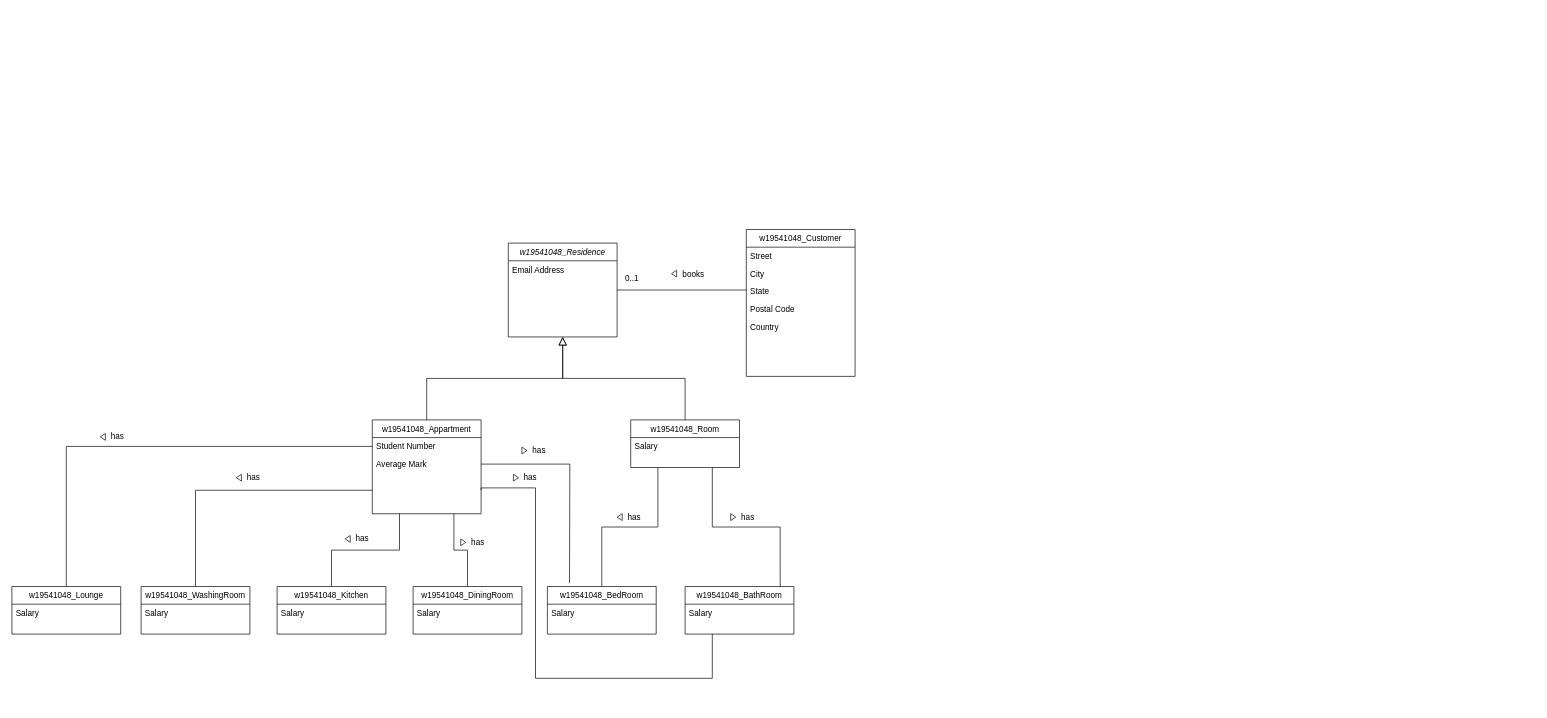
Earlier version of the draw.io diagram dbms_cw.drawio (Rumeasiyan/database-systems-IIT-Sri-Lanka). Source tidied: cells renumbered, new cells numbered last; positions are measured from the earlier drawing's top-left corner, leaving out a move shared by most shapes. Both pictures are drawn from the tidied source at 68%, with x=0, y=0 at pixel (12, 229).
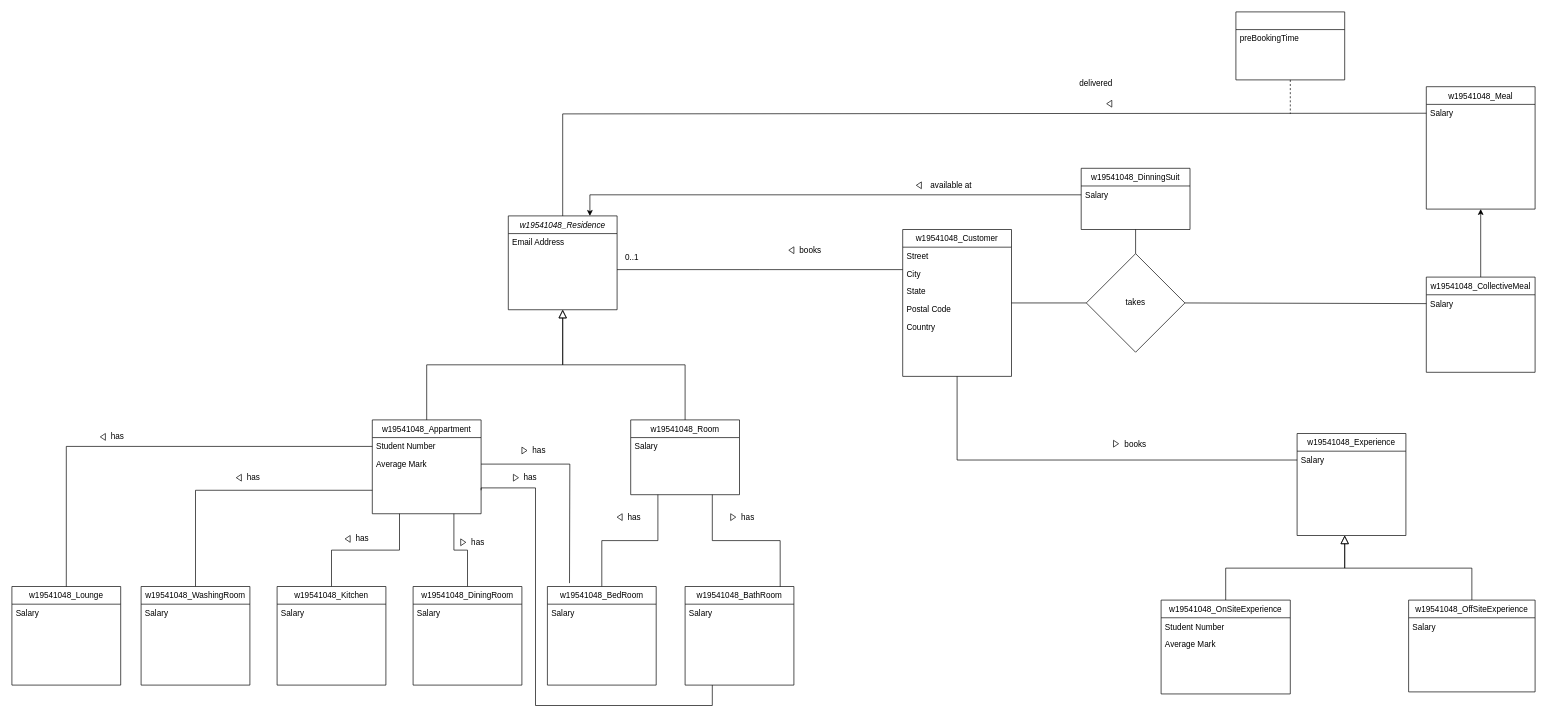
The same diagram, later.

The change refers to these unchanged cells:
```xml
<mxCell id="5" value="w19541048_Appartment" style="swimlane;fontStyle=0;align=center;verticalAlign=top;horizontal=1;startSize=26;rounded=0;shadow=0;strokeWidth=1;" parent="1" vertex="1">
  <mxGeometry x="530" y="280" width="160" height="138" as="geometry" />
</mxCell>
<mxCell id="21" style="endArrow=none;shadow=0;strokeWidth=1;rounded=0;endFill=0;edgeStyle=elbowEdgeStyle;elbow=vertical;" parent="1" edge="1" source="24" target="15">
  <mxGeometry x="0.5" y="41" relative="1" as="geometry">
    <mxPoint x="-40" y="32" as="offset" />
  </mxGeometry>
</mxCell>
```

Diff of the diagram source:
```diff
@@
     <mxCell id="12" value="w19541048_Room" style="swimlane;fontStyle=0;align=center;verticalAlign=top;horizontal=1;startSize=26;rounded=0;shadow=0;strokeWidth=1;" parent="1" vertex="1">
-      <mxGeometry x="910" y="280" width="160" height="70" as="geometry" />
+      <mxGeometry x="910" y="280" width="160" height="110" as="geometry" />
     </mxCell>
@@
+    <mxCell id="57" style="edgeStyle=orthogonalEdgeStyle;rounded=0;jettySize=auto;html=1;endArrow=none;endFill=0;jumpStyle=arc;" parent="1" edge="1" source="15" target="70">
+      <mxGeometry relative="1" as="geometry" />
+    </mxCell>
+    <mxCell id="58" style="edgeStyle=orthogonalEdgeStyle;rounded=0;jettySize=auto;html=1;exitX=0.5;exitY=1;exitDx=0;exitDy=0;entryX=0;entryY=0.5;entryDx=0;entryDy=0;jumpStyle=arc;endArrow=none;endFill=0;" parent="1" edge="1" source="15" target="80">
+      <mxGeometry relative="1" as="geometry" />
+    </mxCell>
     <mxCell id="15" value="w19541048_Customer" style="swimlane;fontStyle=0;align=center;verticalAlign=top;horizontal=1;startSize=26;rounded=0;shadow=0;strokeWidth=1;" parent="1" vertex="1">
-      <mxGeometry x="1080" width="160" height="216" as="geometry" />
+      <mxGeometry x="1310" width="160" height="216" as="geometry" />
     </mxCell>
@@
     <mxCell id="23" value="books" style="text;html=1;align=center;verticalAlign=middle;labelBackgroundColor=none;rounded=0;shadow=0;strokeWidth=1;fontSize=12;" parent="21" vertex="1">
       <mxGeometry x="0.5" y="49" relative="1" as="geometry">
-        <mxPoint x="-32" y="25" as="offset" />
+        <mxPoint x="-32" y="20" as="offset" />
       </mxGeometry>
     </mxCell>
+    <mxCell id="59" value="delivered" style="text;html=1;align=center;verticalAlign=middle;labelBackgroundColor=none;rounded=0;shadow=0;strokeWidth=1;fontSize=12;" parent="21" vertex="1">
+      <mxGeometry x="0.5" y="49" relative="1" as="geometry">
+        <mxPoint x="388" y="-225" as="offset" />
+      </mxGeometry>
+    </mxCell>
+    <mxCell id="60" value="books" style="text;html=1;align=center;verticalAlign=middle;labelBackgroundColor=none;rounded=0;shadow=0;strokeWidth=1;fontSize=12;" parent="21" vertex="1">
+      <mxGeometry x="0.5" y="49" relative="1" as="geometry">
+        <mxPoint x="446" y="305" as="offset" />
+      </mxGeometry>
+    </mxCell>
     <mxCell id="24" value="w19541048_Residence" style="swimlane;fontStyle=2;align=center;verticalAlign=top;horizontal=1;startSize=26;rounded=0;shadow=0;strokeWidth=1;" parent="1" vertex="1">
-      <mxGeometry x="730" y="20" width="160" height="138" as="geometry" />
+      <mxGeometry x="730" y="-20" width="160" height="138" as="geometry" />
     </mxCell>
@@
     <mxCell id="26" style="triangle;whiteSpace=wrap;html=1;rotation=-180;" parent="1" vertex="1">
-      <mxGeometry x="970" y="60" width="7.5" height="10" as="geometry" />
+      <mxGeometry x="1142.5" y="25.5" width="7.5" height="10" as="geometry" />
     </mxCell>
     <mxCell id="27" value="w19541048_BedRoom" style="swimlane;fontStyle=0;align=center;verticalAlign=top;horizontal=1;startSize=26;rounded=0;shadow=0;strokeWidth=1;" parent="1" vertex="1">
-      <mxGeometry x="787.5" y="525" width="160" height="70" as="geometry" />
+      <mxGeometry x="787.5" y="525" width="160" height="145" as="geometry" />
     </mxCell>
@@
     <mxCell id="29" value="w19541048_Kitchen" style="swimlane;fontStyle=0;align=center;verticalAlign=top;horizontal=1;startSize=26;rounded=0;shadow=0;strokeWidth=1;" parent="1" vertex="1">
-      <mxGeometry x="390" y="525" width="160" height="70" as="geometry" />
+      <mxGeometry x="390" y="525" width="160" height="145" as="geometry" />
     </mxCell>
@@
     <mxCell id="31" value="w19541048_BathRoom" style="swimlane;fontStyle=0;align=center;verticalAlign=top;horizontal=1;startSize=26;rounded=0;shadow=0;strokeWidth=1;" parent="1" vertex="1">
-      <mxGeometry x="990" y="525" width="160" height="70" as="geometry" />
+      <mxGeometry x="990" y="525" width="160" height="145" as="geometry" />
     </mxCell>
@@
     <mxCell id="33" value="w19541048_WashingRoom" style="swimlane;fontStyle=0;align=center;verticalAlign=top;horizontal=1;startSize=26;rounded=0;shadow=0;strokeWidth=1;" parent="1" vertex="1">
-      <mxGeometry x="190" y="525" width="160" height="70" as="geometry" />
+      <mxGeometry x="190" y="525" width="160" height="145" as="geometry" />
     </mxCell>
@@
     <mxCell id="35" value="w19541048_DiningRoom" style="swimlane;fontStyle=0;align=center;verticalAlign=top;horizontal=1;startSize=26;rounded=0;shadow=0;strokeWidth=1;" parent="1" vertex="1">
-      <mxGeometry x="590" y="525" width="160" height="70" as="geometry" />
+      <mxGeometry x="590" y="525" width="160" height="145" as="geometry" />
     </mxCell>
@@
     <mxCell id="37" value="w19541048_Lounge" style="swimlane;fontStyle=0;align=center;verticalAlign=top;horizontal=1;startSize=26;rounded=0;shadow=0;strokeWidth=1;" parent="1" vertex="1">
-      <mxGeometry y="525" width="160" height="70" as="geometry" />
+      <mxGeometry y="525" width="160" height="145" as="geometry" />
     </mxCell>
@@
     <mxCell id="39" style="edgeStyle=orthogonalEdgeStyle;rounded=0;jettySize=auto;html=1;jumpStyle=arc;endArrow=none;endFill=0;exitX=1;exitY=0.75;exitDx=0;exitDy=0;entryX=0.25;entryY=1;entryDx=0;entryDy=0;" parent="1" edge="1" source="5" target="31">
       <mxGeometry relative="1" as="geometry">
         <Array as="points">
           <mxPoint x="690" y="380" />
           <mxPoint x="770" y="380" />
-          <mxPoint x="770" y="660" />
-          <mxPoint x="1030" y="660" />
+          <mxPoint x="770" y="700" />
+          <mxPoint x="1030" y="700" />
         </Array>
       </mxGeometry>
     </mxCell>
@@
+    <mxCell id="61" style="edgeStyle=orthogonalEdgeStyle;rounded=0;jettySize=auto;html=1;exitX=0.5;exitY=1;exitDx=0;exitDy=0;entryX=0.5;entryY=0;entryDx=0;entryDy=0;endArrow=none;endFill=0;" parent="1" edge="1" source="62" target="70">
+      <mxGeometry relative="1" as="geometry" />
+    </mxCell>
+    <mxCell id="62" value="w19541048_DinningSuit" style="swimlane;fontStyle=0;align=center;verticalAlign=top;horizontal=1;startSize=26;rounded=0;shadow=0;strokeWidth=1;" parent="1" vertex="1">
+      <mxGeometry x="1572.5" y="-90" width="160" height="90" as="geometry" />
+    </mxCell>
+    <mxCell id="63" value="Salary" style="text;align=left;verticalAlign=top;spacingLeft=4;spacingRight=4;overflow=hidden;points=[[0,0.5],[1,0.5]];portConstraint=eastwest;" parent="62" vertex="1">
+      <mxGeometry y="26" width="160" height="26" as="geometry" />
+    </mxCell>
+    <mxCell id="64" style="edgeStyle=orthogonalEdgeStyle;rounded=0;jettySize=auto;html=1;exitX=0;exitY=0.5;exitDx=0;exitDy=0;entryX=0.5;entryY=0;entryDx=0;entryDy=0;endArrow=none;endFill=0;jumpStyle=arc;" parent="1" edge="1" source="66" target="24">
+      <mxGeometry relative="1" as="geometry">
+        <Array as="points">
+          <mxPoint x="1890" y="-170" />
+          <mxPoint x="1040" y="-170" />
+        </Array>
+      </mxGeometry>
+    </mxCell>
+    <mxCell id="65" value="w19541048_Meal" style="swimlane;fontStyle=0;align=center;verticalAlign=top;horizontal=1;startSize=26;rounded=0;shadow=0;strokeWidth=1;" parent="1" vertex="1">
+      <mxGeometry x="2080" y="-210" width="160" height="180" as="geometry" />
+    </mxCell>
+    <mxCell id="66" value="Salary" style="text;align=left;verticalAlign=top;spacingLeft=4;spacingRight=4;overflow=hidden;points=[[0,0.5],[1,0.5]];portConstraint=eastwest;" parent="65" vertex="1">
+      <mxGeometry y="26" width="160" height="26" as="geometry" />
+    </mxCell>
+    <mxCell id="67" style="edgeStyle=orthogonalEdgeStyle;rounded=0;jettySize=auto;html=1;exitX=0.5;exitY=0;exitDx=0;exitDy=0;jumpStyle=arc;entryX=0.5;entryY=1;entryDx=0;entryDy=0;" parent="1" edge="1" source="68" target="65">
+      <mxGeometry relative="1" as="geometry" />
+    </mxCell>
+    <mxCell id="68" value="w19541048_CollectiveMeal" style="swimlane;fontStyle=0;align=center;verticalAlign=top;horizontal=1;startSize=26;rounded=0;shadow=0;strokeWidth=1;" parent="1" vertex="1">
+      <mxGeometry x="2080" y="70" width="160" height="140" as="geometry" />
+    </mxCell>
+    <mxCell id="69" value="Salary" style="text;align=left;verticalAlign=top;spacingLeft=4;spacingRight=4;overflow=hidden;points=[[0,0.5],[1,0.5]];portConstraint=eastwest;" parent="68" vertex="1">
+      <mxGeometry y="26" width="160" height="26" as="geometry" />
+    </mxCell>
+    <mxCell id="70" value="takes" style="rhombus;whiteSpace=wrap;html=1;" parent="1" vertex="1">
+      <mxGeometry x="1580" y="35.5" width="145" height="145" as="geometry" />
+    </mxCell>
+    <mxCell id="71" style="edgeStyle=orthogonalEdgeStyle;rounded=0;jettySize=auto;html=1;exitX=0;exitY=0.5;exitDx=0;exitDy=0;entryX=1;entryY=0.5;entryDx=0;entryDy=0;endArrow=none;endFill=0;jumpStyle=arc;" parent="1" edge="1" source="69" target="70">
+      <mxGeometry relative="1" as="geometry" />
+    </mxCell>
+    <mxCell id="72" style="triangle;whiteSpace=wrap;html=1;rotation=-180;" parent="1" vertex="1">
+      <mxGeometry x="1610" y="-190" width="7.5" height="10" as="geometry" />
+    </mxCell>
+    <mxCell id="73" style="edgeStyle=orthogonalEdgeStyle;rounded=0;jettySize=auto;html=1;exitX=0;exitY=0.5;exitDx=0;exitDy=0;entryX=0.75;entryY=0;entryDx=0;entryDy=0;" parent="1" edge="1" source="63" target="24">
+      <mxGeometry relative="1" as="geometry" />
+    </mxCell>
+    <mxCell id="74" value="available at" style="text;html=1;align=center;verticalAlign=middle;labelBackgroundColor=none;rounded=0;shadow=0;strokeWidth=1;fontSize=12;" parent="1" vertex="1">
+      <mxGeometry x="1380" y="-65" as="geometry" />
+    </mxCell>
+    <mxCell id="75" style="triangle;whiteSpace=wrap;html=1;rotation=-180;" parent="1" vertex="1">
+      <mxGeometry x="1330" y="-70" width="7.5" height="10" as="geometry" />
+    </mxCell>
+    <mxCell id="76" style="edgeStyle=orthogonalEdgeStyle;rounded=0;jettySize=auto;html=1;exitX=0.5;exitY=1;exitDx=0;exitDy=0;dashed=1;endArrow=none;endFill=0;jumpStyle=arc;" parent="1" edge="1" source="77">
+      <mxGeometry relative="1" as="geometry">
+        <mxPoint x="1880" y="-170" as="targetPoint" />
+      </mxGeometry>
+    </mxCell>
+    <mxCell id="77" style="swimlane;fontStyle=0;align=center;verticalAlign=top;horizontal=1;startSize=26;rounded=0;shadow=0;strokeWidth=1;" parent="1" vertex="1">
+      <mxGeometry x="1800" y="-320" width="160" height="100" as="geometry" />
+    </mxCell>
+    <mxCell id="78" value="preBookingTime" style="text;align=left;verticalAlign=top;spacingLeft=4;spacingRight=4;overflow=hidden;" parent="77" vertex="1">
+      <mxGeometry y="26" width="160" height="26" as="geometry" />
+    </mxCell>
+    <mxCell id="79" value="w19541048_Experience" style="swimlane;fontStyle=0;align=center;verticalAlign=top;horizontal=1;startSize=26;rounded=0;shadow=0;strokeWidth=1;" parent="1" vertex="1">
+      <mxGeometry x="1890" y="300" width="160" height="150" as="geometry" />
+    </mxCell>
+    <mxCell id="80" value="Salary" style="text;align=left;verticalAlign=top;spacingLeft=4;spacingRight=4;overflow=hidden;points=[[0,0.5],[1,0.5]];portConstraint=eastwest;" parent="79" vertex="1">
+      <mxGeometry y="26" width="160" height="26" as="geometry" />
+    </mxCell>
+    <mxCell id="81" style="endArrow=block;endSize=10;endFill=0;shadow=0;strokeWidth=1;rounded=0;edgeStyle=elbowEdgeStyle;elbow=vertical;" parent="1" edge="1" source="85">
+      <mxGeometry relative="1" as="geometry">
+        <mxPoint x="1960" y="450" as="targetPoint" />
+      </mxGeometry>
+    </mxCell>
+    <mxCell id="82" style="endArrow=block;endSize=10;endFill=0;shadow=0;strokeWidth=1;rounded=0;edgeStyle=elbowEdgeStyle;elbow=vertical;" parent="1" edge="1" source="83">
+      <mxGeometry relative="1" as="geometry">
+        <mxPoint x="1960" y="450" as="targetPoint" />
+      </mxGeometry>
+    </mxCell>
+    <mxCell id="83" value="w19541048_OffSiteExperience" style="swimlane;fontStyle=0;align=center;verticalAlign=top;horizontal=1;startSize=26;rounded=0;shadow=0;strokeWidth=1;" parent="1" vertex="1">
+      <mxGeometry x="2054" y="545" width="186" height="135" as="geometry" />
+    </mxCell>
+    <mxCell id="84" value="Salary" style="text;align=left;verticalAlign=top;spacingLeft=4;spacingRight=4;overflow=hidden;" parent="83" vertex="1">
+      <mxGeometry y="26" width="186" height="26" as="geometry" />
+    </mxCell>
+    <mxCell id="85" value="w19541048_OnSiteExperience" style="swimlane;fontStyle=0;align=center;verticalAlign=top;horizontal=1;startSize=26;rounded=0;shadow=0;strokeWidth=1;" parent="1" vertex="1">
+      <mxGeometry x="1690" y="545" width="190" height="138" as="geometry" />
+    </mxCell>
+    <mxCell id="86" value="Student Number" style="text;align=left;verticalAlign=top;spacingLeft=4;spacingRight=4;overflow=hidden;" parent="85" vertex="1">
+      <mxGeometry y="26" width="190" height="26" as="geometry" />
+    </mxCell>
+    <mxCell id="87" value="Average Mark" style="text;align=left;verticalAlign=top;spacingLeft=4;spacingRight=4;overflow=hidden;rounded=0;shadow=0;html=0;" parent="85" vertex="1">
+      <mxGeometry y="52" width="190" height="26" as="geometry" />
+    </mxCell>
+    <mxCell id="88" style="triangle;whiteSpace=wrap;html=1;rotation=-180;direction=west;" parent="1" vertex="1">
+      <mxGeometry x="1620" y="310" width="7.5" height="10" as="geometry" />
+    </mxCell>
```
